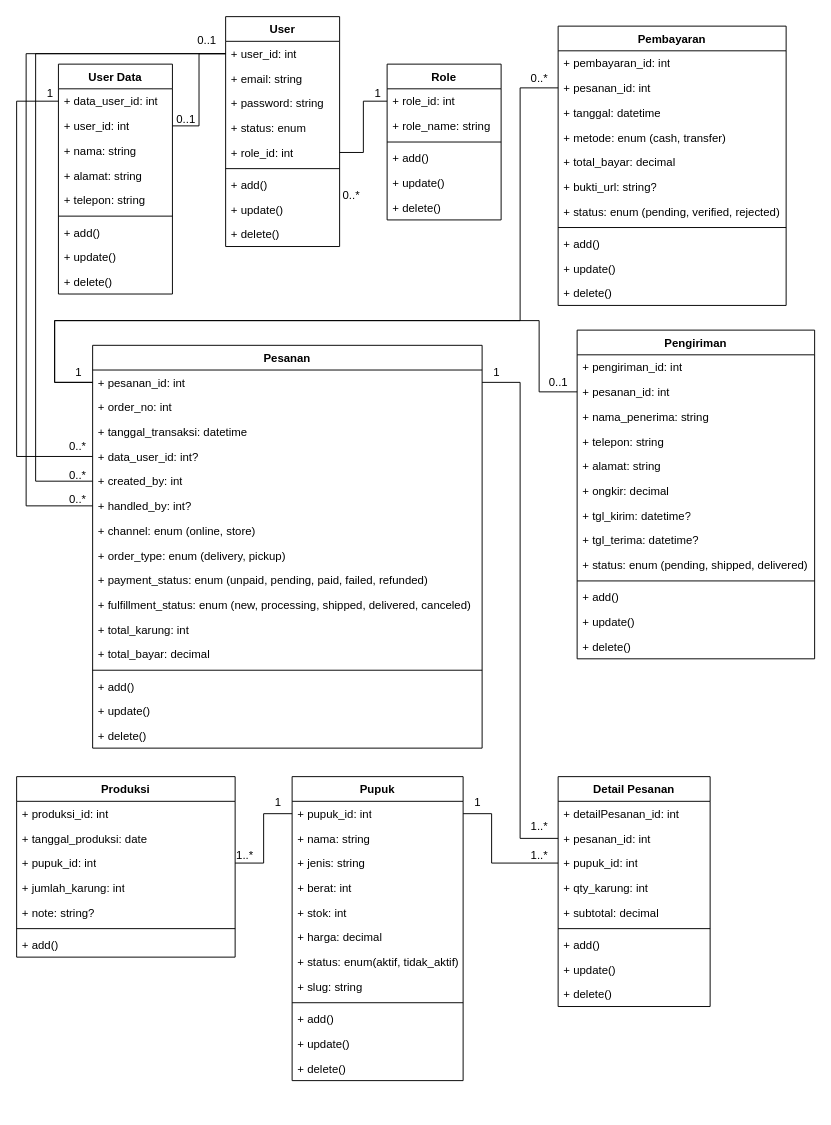
The draw.io diagram page "Class Diagram" (2 of 6) of public/Rancangan Sistem/Agro Lestarindo.drawio in muhammadega21/e-pupuk, before the edit. Source tidied: cells renumbered, new cells numbered last; positions are measured from the earlier drawing's top-left corner, leaving out a move shared by most shapes. Both pictures are drawn from the tidied source at 95%, with x=0, y=0 at pixel (16, 16).
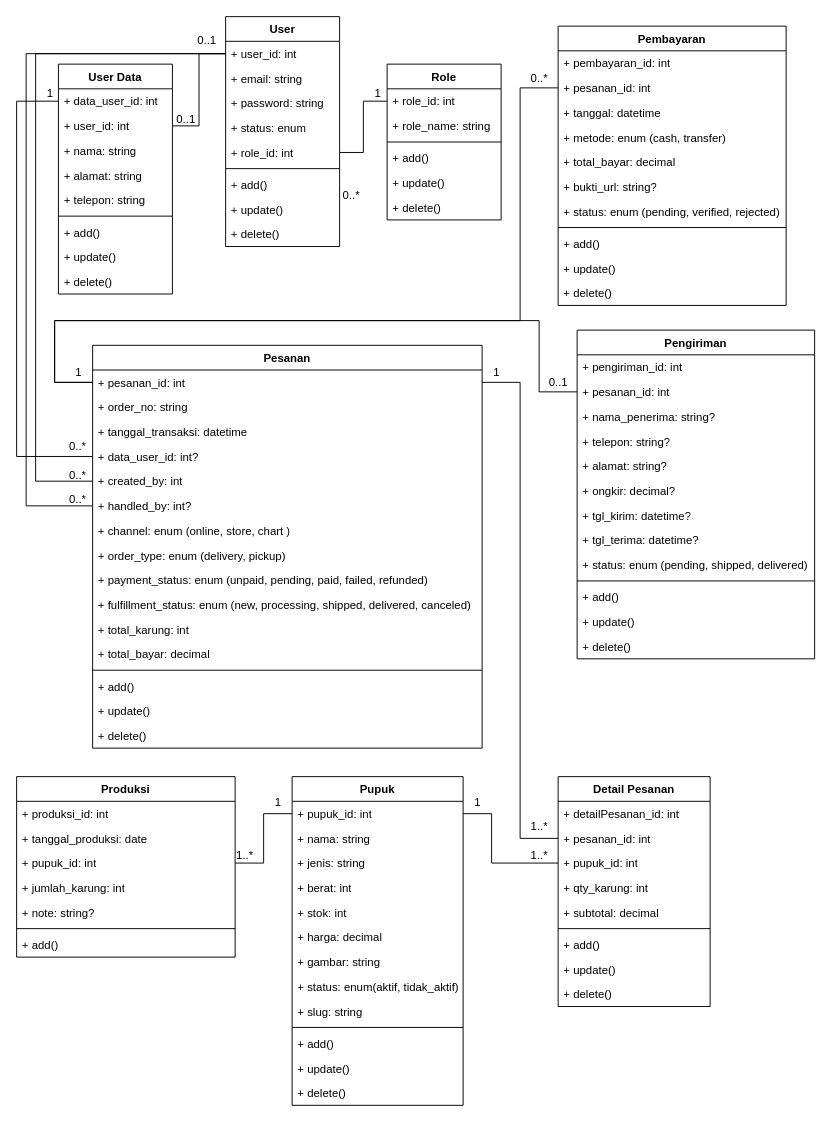
The same diagram, later.

The change refers to these unchanged cells:
```xml
<mxCell id="2" value="Pesanan" style="swimlane;fontStyle=1;align=center;verticalAlign=top;horizontal=1;startSize=26;whiteSpace=wrap;html=1;" parent="1" vertex="1">
  <mxGeometry x="80" y="346" width="410" height="424" as="geometry" />
</mxCell>
<mxCell id="72" value="Pengiriman" style="swimlane;fontStyle=1;align=center;verticalAlign=top;horizontal=1;startSize=26;whiteSpace=wrap;html=1;" parent="1" vertex="1">
  <mxGeometry x="590" y="330" width="250" height="346" as="geometry" />
</mxCell>
```

Diff of the diagram source:
```diff
@@
-    <mxCell id="4" value="+ order_no: int" style="text;strokeColor=none;fillColor=none;align=left;verticalAlign=top;spacingLeft=4;spacingRight=4;overflow=hidden;whiteSpace=wrap;html=1;" parent="2" vertex="1">
+    <mxCell id="4" value="+ order_no: string" style="text;strokeColor=none;fillColor=none;align=left;verticalAlign=top;spacingLeft=4;spacingRight=4;overflow=hidden;whiteSpace=wrap;html=1;" parent="2" vertex="1">
       <mxGeometry y="52" width="410" height="26" as="geometry" />
     </mxCell>
@@
-    <mxCell id="9" value="+ channel: enum (online, store)" style="text;strokeColor=none;fillColor=none;align=left;verticalAlign=top;spacingLeft=4;spacingRight=4;overflow=hidden;whiteSpace=wrap;html=1;" parent="2" vertex="1">
+    <mxCell id="9" value="+ channel: enum (online, store, chart )" style="text;strokeColor=none;fillColor=none;align=left;verticalAlign=top;spacingLeft=4;spacingRight=4;overflow=hidden;whiteSpace=wrap;html=1;" parent="2" vertex="1">
       <mxGeometry y="182" width="410" height="26" as="geometry" />
     </mxCell>
@@
     <mxCell id="47" value="Pupuk" style="swimlane;fontStyle=1;align=center;verticalAlign=top;horizontal=1;startSize=26;whiteSpace=wrap;html=1;" parent="1" vertex="1">
-      <mxGeometry x="290" y="800" width="180" height="320" as="geometry" />
+      <mxGeometry x="290" y="800" width="180" height="346" as="geometry" />
     </mxCell>
@@
+    <mxCell id="130" value="+ gambar: string" style="text;strokeColor=none;fillColor=none;align=left;verticalAlign=top;spacingLeft=4;spacingRight=4;overflow=hidden;whiteSpace=wrap;html=1;" parent="47" vertex="1">
+      <mxGeometry y="182" width="180" height="26" as="geometry" />
+    </mxCell>
     <mxCell id="54" value="+ status: enum(aktif, tidak_aktif)" style="text;strokeColor=none;fillColor=none;align=left;verticalAlign=top;spacingLeft=4;spacingRight=4;overflow=hidden;whiteSpace=wrap;html=1;" parent="47" vertex="1">
-      <mxGeometry y="182" width="180" height="26" as="geometry" />
+      <mxGeometry y="208" width="180" height="26" as="geometry" />
     </mxCell>
     <mxCell id="55" value="+ slug: string" style="text;strokeColor=none;fillColor=none;align=left;verticalAlign=top;spacingLeft=4;spacingRight=4;overflow=hidden;whiteSpace=wrap;html=1;" parent="47" vertex="1">
-      <mxGeometry y="208" width="180" height="26" as="geometry" />
+      <mxGeometry y="234" width="180" height="26" as="geometry" />
     </mxCell>
     <mxCell id="56" style="line;strokeWidth=1;fillColor=none;align=left;verticalAlign=middle;spacingTop=-1;spacingLeft=3;spacingRight=3;labelPosition=right;strokeColor=inherit;" parent="47" vertex="1">
-      <mxGeometry y="234" width="180" height="8" as="geometry" />
+      <mxGeometry y="260" width="180" height="8" as="geometry" />
     </mxCell>
     <mxCell id="57" value="+ add()" style="text;strokeColor=none;fillColor=none;align=left;verticalAlign=top;spacingLeft=4;spacingRight=4;overflow=hidden;whiteSpace=wrap;html=1;" parent="47" vertex="1">
-      <mxGeometry y="242" width="180" height="26" as="geometry" />
+      <mxGeometry y="268" width="180" height="26" as="geometry" />
     </mxCell>
     <mxCell id="58" value="+ update()" style="text;strokeColor=none;fillColor=none;align=left;verticalAlign=top;spacingLeft=4;spacingRight=4;overflow=hidden;whiteSpace=wrap;html=1;" parent="47" vertex="1">
-      <mxGeometry y="268" width="180" height="26" as="geometry" />
+      <mxGeometry y="294" width="180" height="26" as="geometry" />
     </mxCell>
     <mxCell id="59" value="+ delete()" style="text;strokeColor=none;fillColor=none;align=left;verticalAlign=top;spacingLeft=4;spacingRight=4;overflow=hidden;whiteSpace=wrap;html=1;" parent="47" vertex="1">
-      <mxGeometry y="294" width="180" height="26" as="geometry" />
+      <mxGeometry y="320" width="180" height="26" as="geometry" />
     </mxCell>
@@
-    <mxCell id="75" value="+ nama_penerima: string" style="text;strokeColor=none;fillColor=none;align=left;verticalAlign=top;spacingLeft=4;spacingRight=4;overflow=hidden;whiteSpace=wrap;html=1;" parent="72" vertex="1">
+    <mxCell id="75" value="+ nama_penerima: string?" style="text;strokeColor=none;fillColor=none;align=left;verticalAlign=top;spacingLeft=4;spacingRight=4;overflow=hidden;whiteSpace=wrap;html=1;" parent="72" vertex="1">
       <mxGeometry y="78" width="250" height="26" as="geometry" />
     </mxCell>
-    <mxCell id="76" value="+ telepon: string" style="text;strokeColor=none;fillColor=none;align=left;verticalAlign=top;spacingLeft=4;spacingRight=4;overflow=hidden;whiteSpace=wrap;html=1;" parent="72" vertex="1">
+    <mxCell id="76" value="+ telepon: string?" style="text;strokeColor=none;fillColor=none;align=left;verticalAlign=top;spacingLeft=4;spacingRight=4;overflow=hidden;whiteSpace=wrap;html=1;" parent="72" vertex="1">
       <mxGeometry y="104" width="250" height="26" as="geometry" />
     </mxCell>
-    <mxCell id="77" value="+ alamat: string" style="text;strokeColor=none;fillColor=none;align=left;verticalAlign=top;spacingLeft=4;spacingRight=4;overflow=hidden;whiteSpace=wrap;html=1;" parent="72" vertex="1">
+    <mxCell id="77" value="+ alamat: string?" style="text;strokeColor=none;fillColor=none;align=left;verticalAlign=top;spacingLeft=4;spacingRight=4;overflow=hidden;whiteSpace=wrap;html=1;" parent="72" vertex="1">
       <mxGeometry y="130" width="250" height="26" as="geometry" />
     </mxCell>
-    <mxCell id="78" value="+ ongkir: decimal" style="text;strokeColor=none;fillColor=none;align=left;verticalAlign=top;spacingLeft=4;spacingRight=4;overflow=hidden;whiteSpace=wrap;html=1;" parent="72" vertex="1">
+    <mxCell id="78" value="+ ongkir: decimal?" style="text;strokeColor=none;fillColor=none;align=left;verticalAlign=top;spacingLeft=4;spacingRight=4;overflow=hidden;whiteSpace=wrap;html=1;" parent="72" vertex="1">
       <mxGeometry y="156" width="250" height="26" as="geometry" />
     </mxCell>
```
